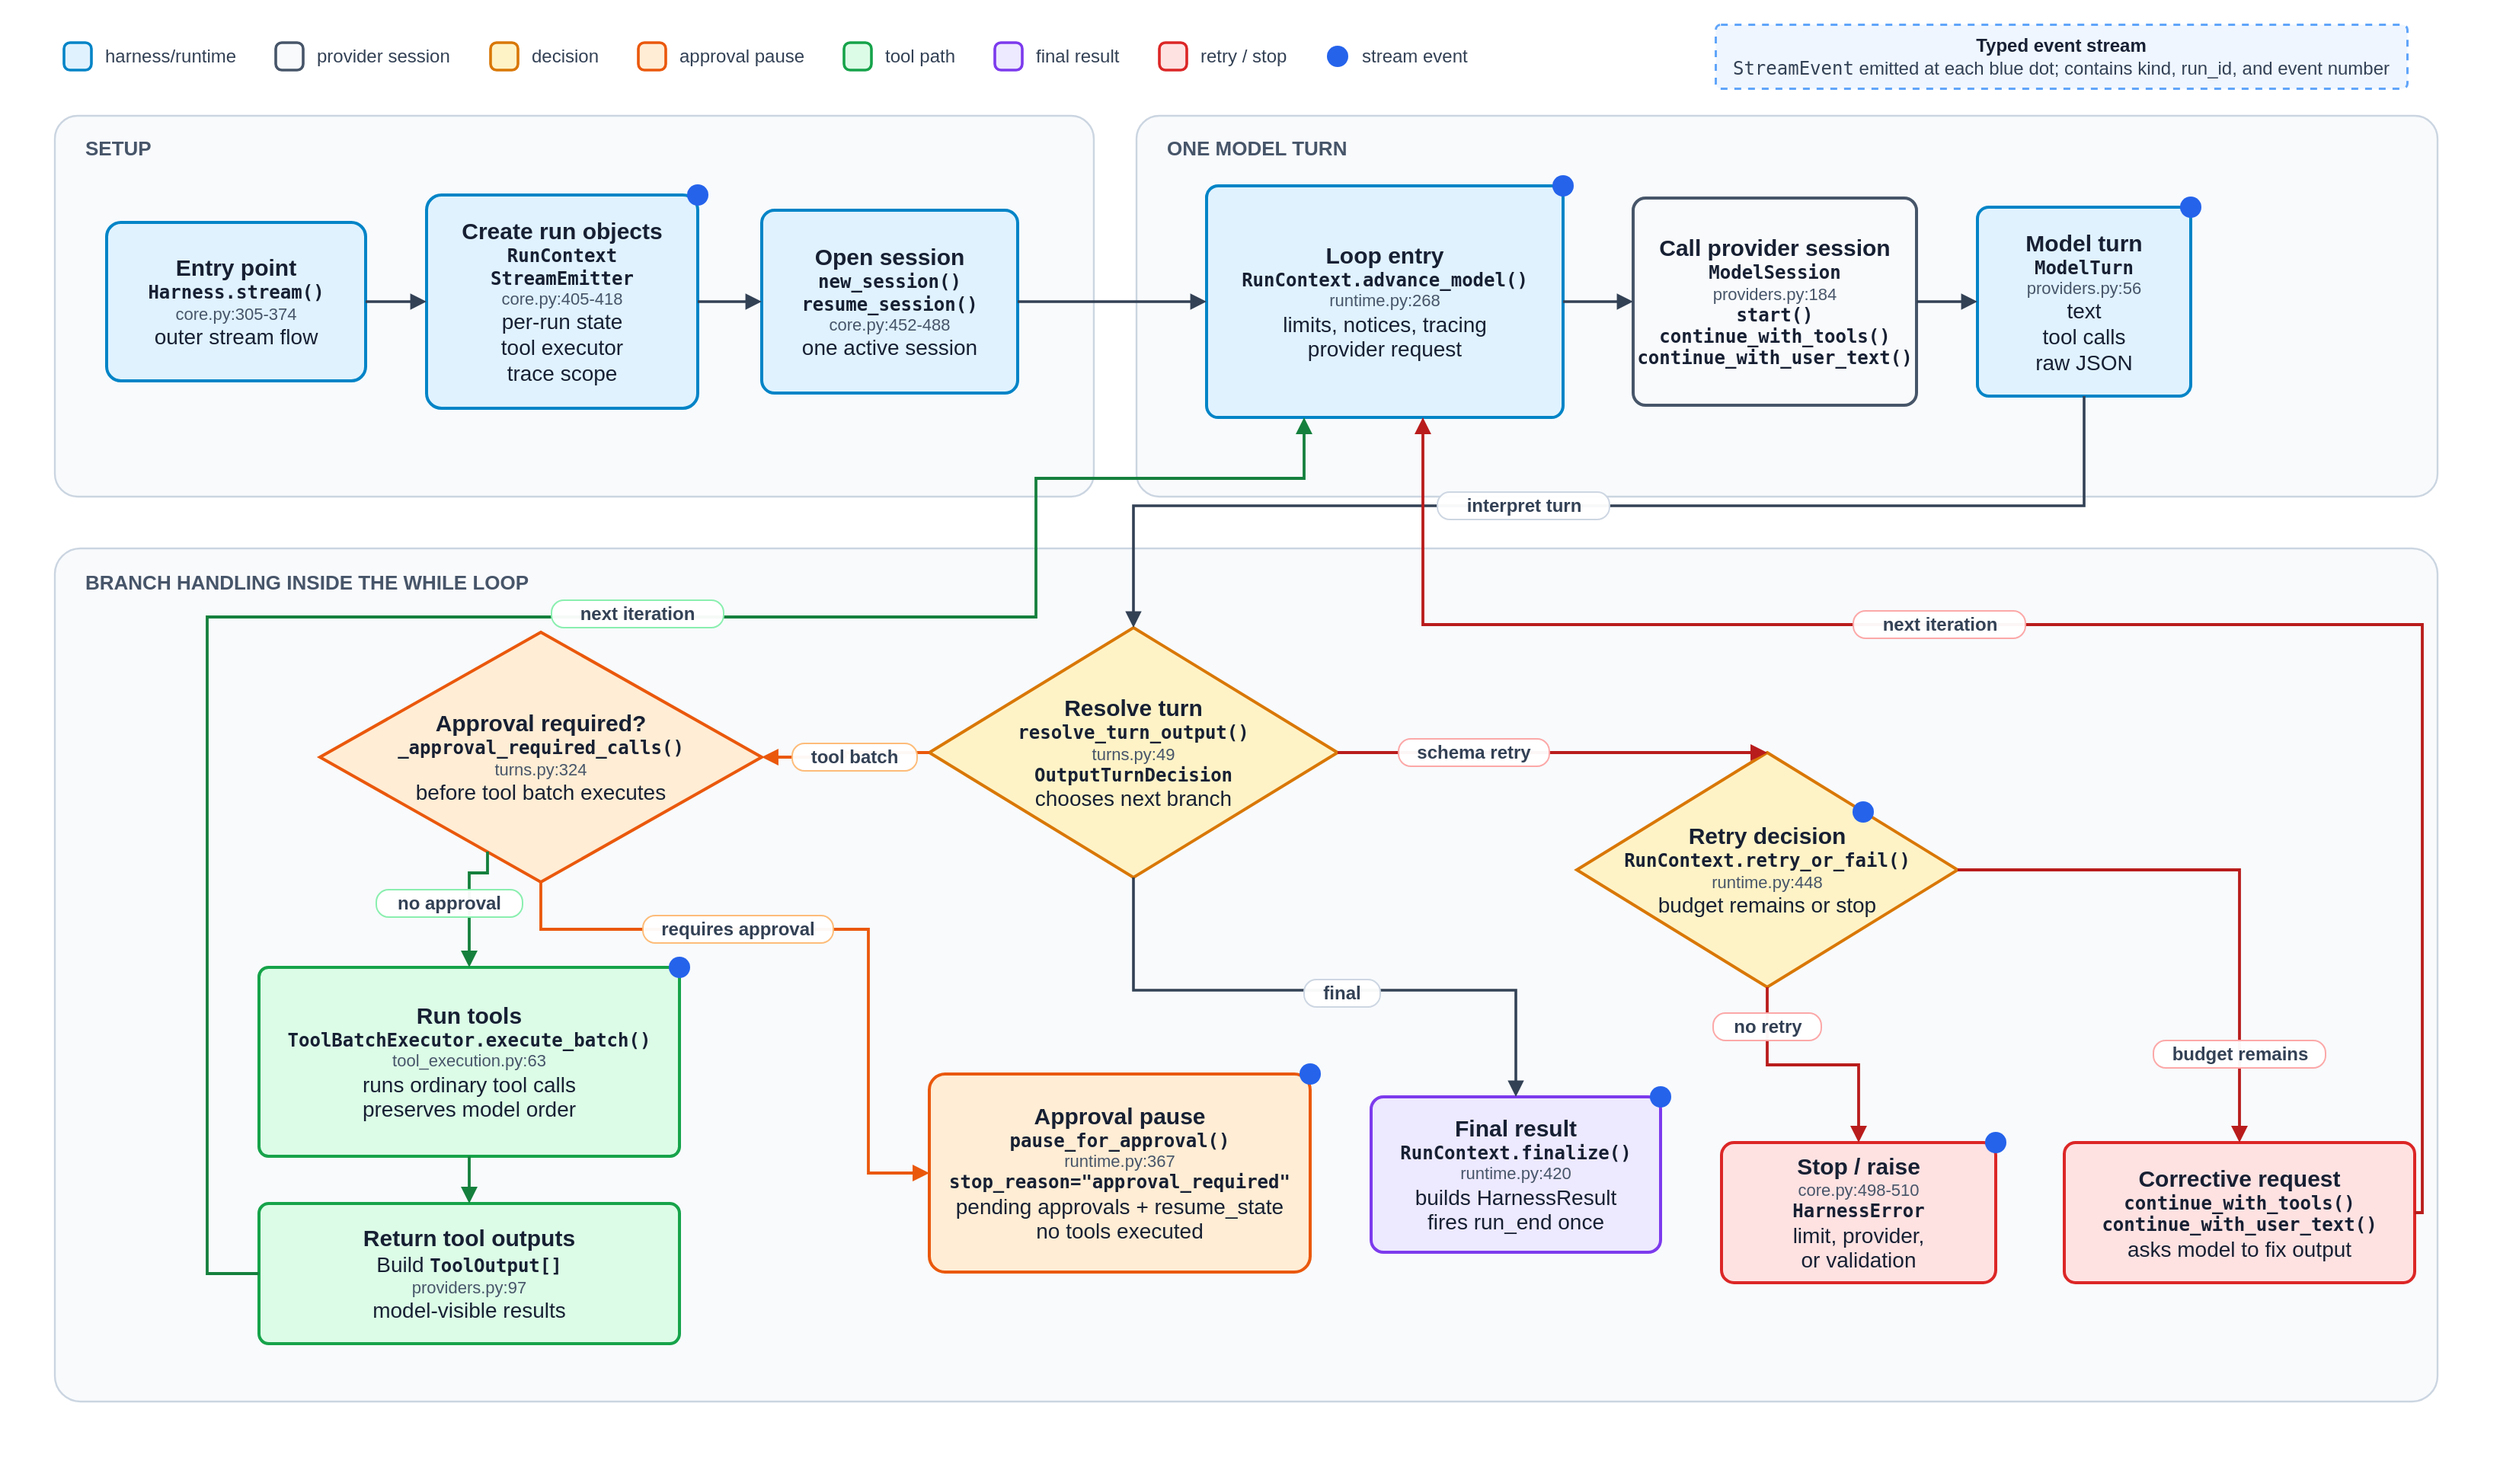
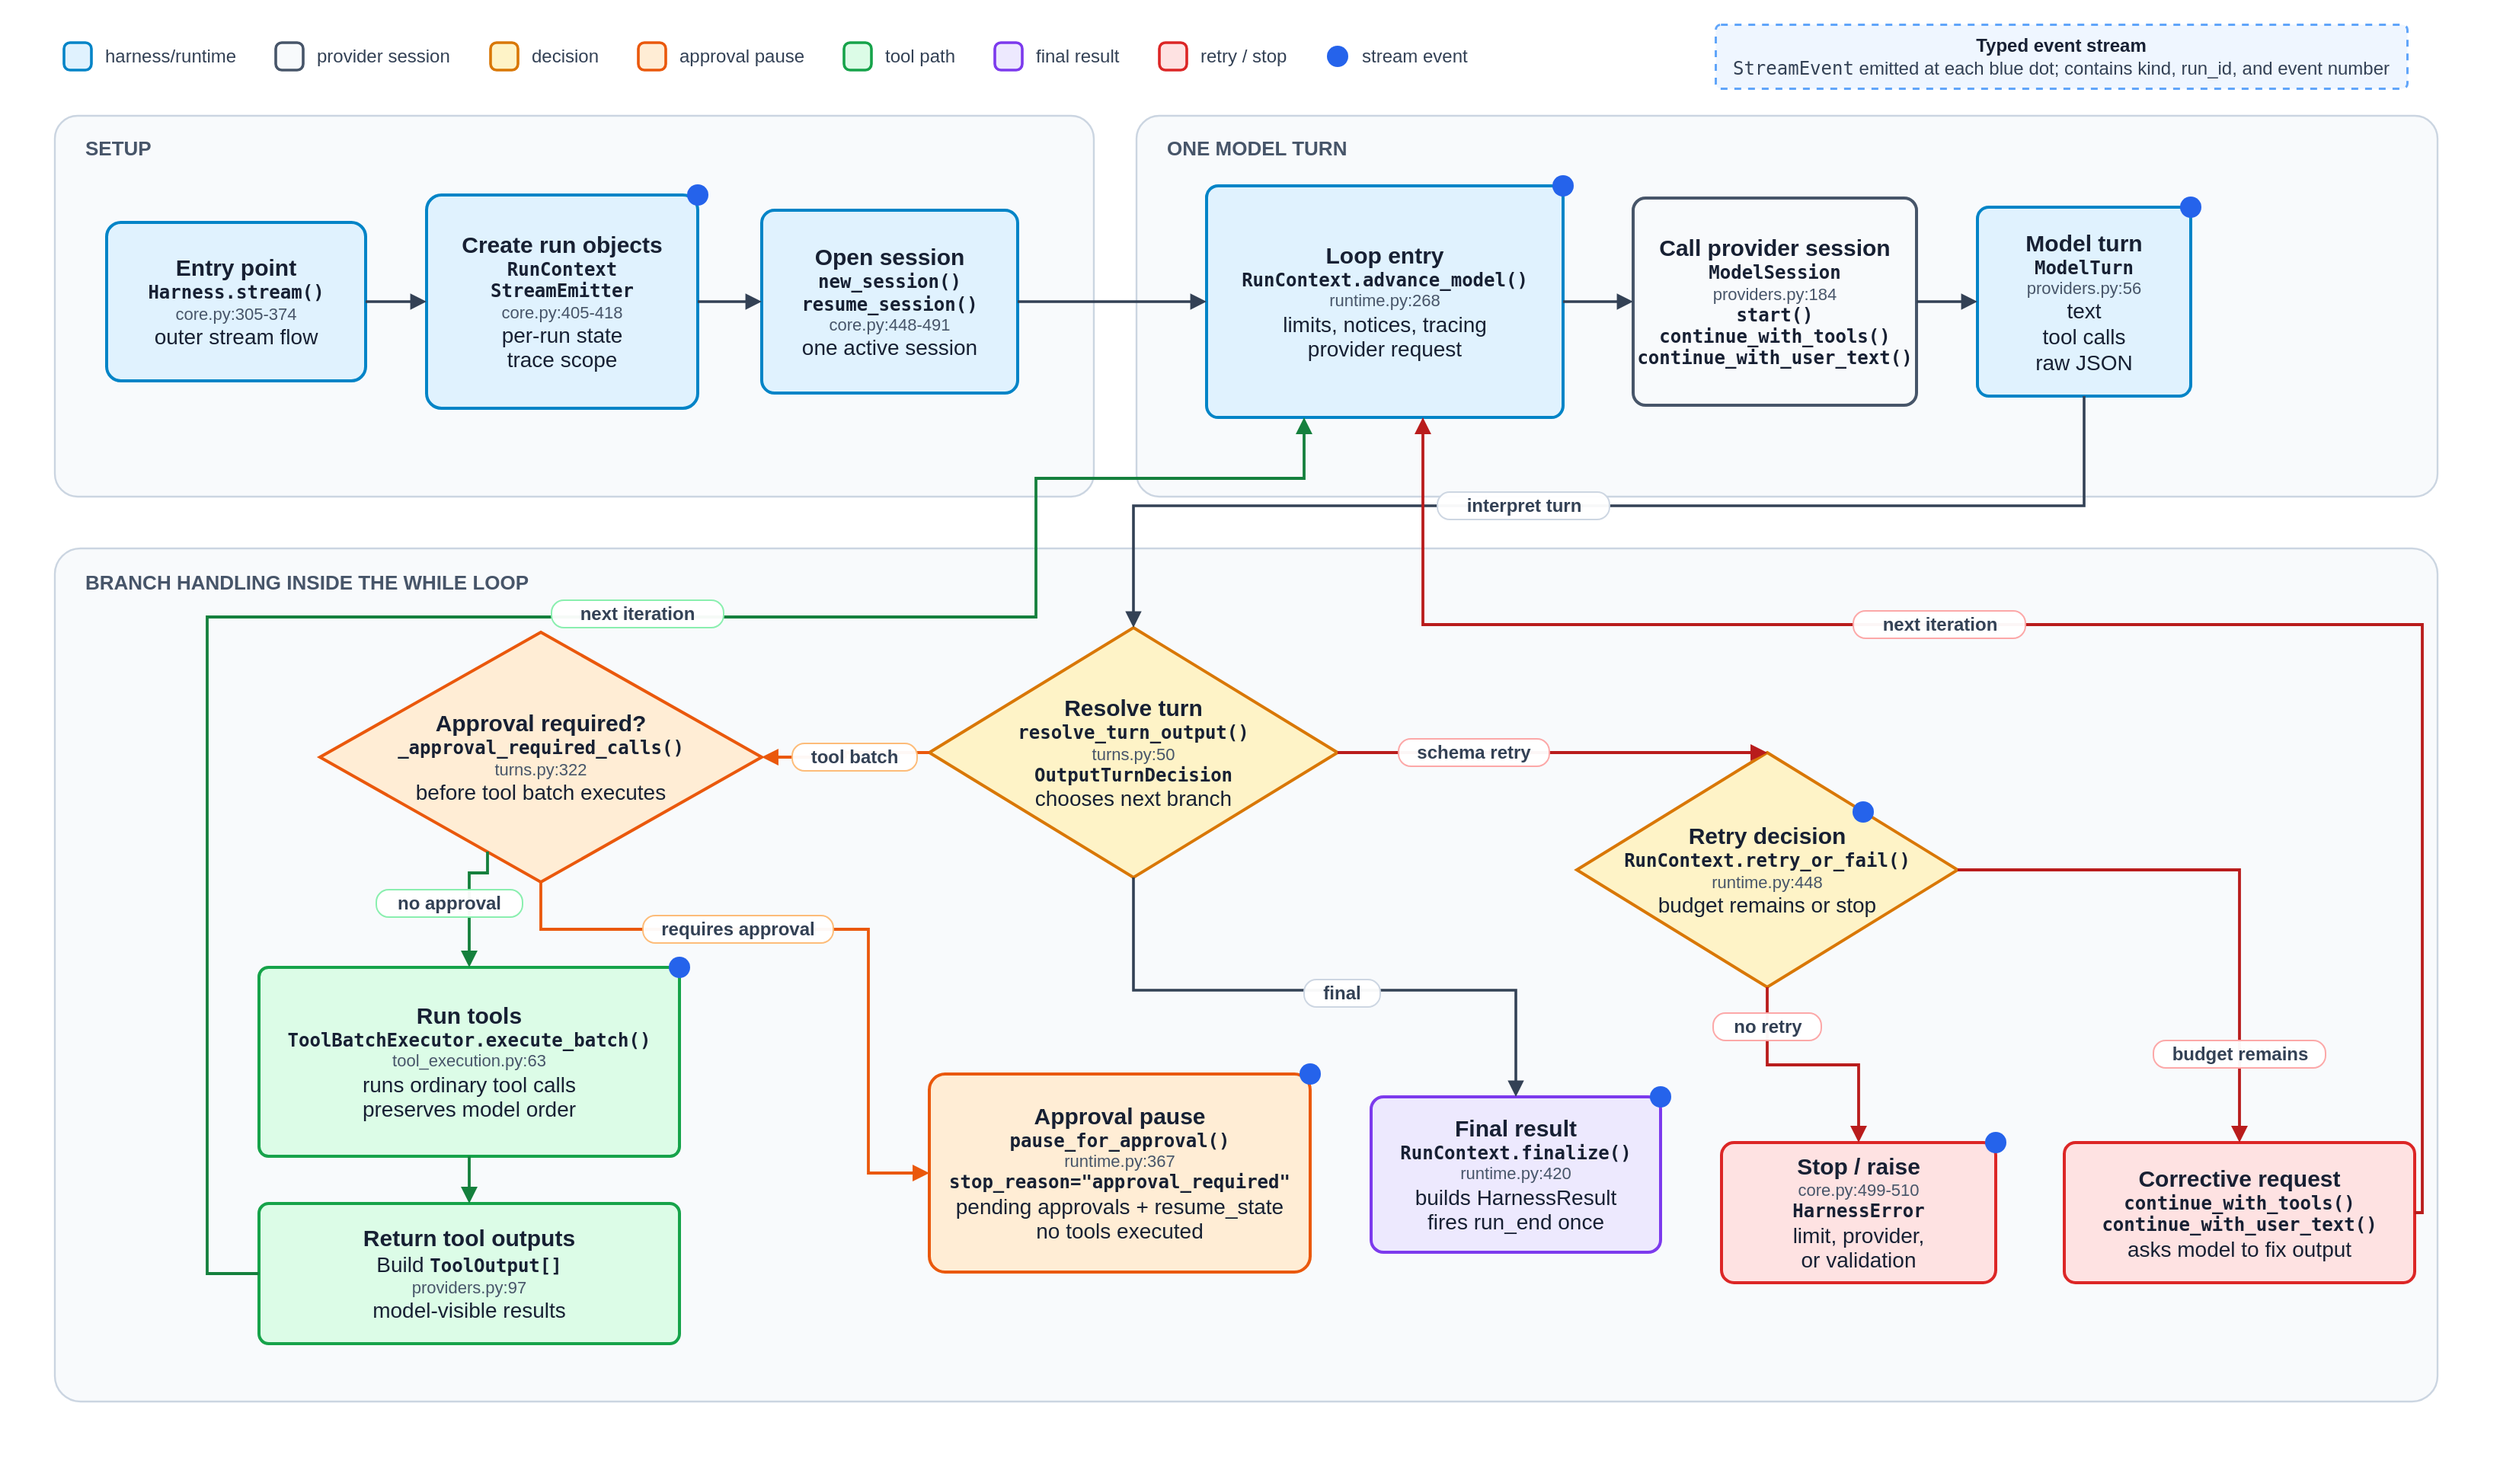
<mxfile host="Electron" agent="Codex">
  <diagram id="thinharness-run-loop" name="ThinHarness run loop">
    <mxGraphModel dx="1768" dy="1014" grid="0" gridSize="10" guides="1" tooltips="1" connect="1" arrows="1" fold="1" page="1" pageScale="1" pageWidth="1640" pageHeight="960" math="0" shadow="0">
      <root>
        <mxCell id="0" />
        <mxCell id="1" parent="0" />
        <mxCell id="background" parent="1" style="rounded=0;whiteSpace=wrap;html=1;fillColor=#ffffff;strokeColor=none;" value="" vertex="1">
          <mxGeometry height="960" width="1640" as="geometry" />
        </mxCell>
        <mxCell id="legend-runtime" parent="1" style="rounded=1;whiteSpace=wrap;html=1;arcSize=22;fillColor=#e0f2fe;strokeColor=#0284c7;strokeWidth=1.8;" value="" vertex="1">
          <mxGeometry height="18" width="18" x="42" y="28" as="geometry" />
        </mxCell>
        <mxCell id="legend-runtime-label" parent="1" style="text;html=1;strokeColor=none;fillColor=none;align=left;verticalAlign=middle;whiteSpace=wrap;rounded=0;fontFamily=Helvetica;fontSize=12;fontColor=#334155;spacing=0;" value="harness/runtime" vertex="1">
          <mxGeometry height="18" width="88" x="69" y="28" as="geometry" />
        </mxCell>
        <mxCell id="legend-provider" parent="1" style="rounded=1;whiteSpace=wrap;html=1;arcSize=22;fillColor=#f8fafc;strokeColor=#475569;strokeWidth=1.8;" value="" vertex="1">
          <mxGeometry height="18" width="18" x="181" y="28" as="geometry" />
        </mxCell>
        <mxCell id="legend-provider-label" parent="1" style="text;html=1;strokeColor=none;fillColor=none;align=left;verticalAlign=middle;whiteSpace=wrap;rounded=0;fontFamily=Helvetica;fontSize=12;fontColor=#334155;spacing=0;" value="provider session" vertex="1">
          <mxGeometry height="18" width="90" x="208" y="28" as="geometry" />
        </mxCell>
        <mxCell id="legend-decision" parent="1" style="rounded=1;whiteSpace=wrap;html=1;arcSize=22;fillColor=#fef3c7;strokeColor=#d97706;strokeWidth=1.8;" value="" vertex="1">
          <mxGeometry height="18" width="18" x="322" y="28" as="geometry" />
        </mxCell>
        <mxCell id="legend-decision-label" parent="1" style="text;html=1;strokeColor=none;fillColor=none;align=left;verticalAlign=middle;whiteSpace=wrap;rounded=0;fontFamily=Helvetica;fontSize=12;fontColor=#334155;spacing=0;" value="decision" vertex="1">
          <mxGeometry height="18" width="46" x="349" y="28" as="geometry" />
        </mxCell>
        <mxCell id="legend-approval" parent="1" style="rounded=1;whiteSpace=wrap;html=1;arcSize=22;fillColor=#ffedd5;strokeColor=#ea580c;strokeWidth=1.8;" value="" vertex="1">
          <mxGeometry height="18" width="18" x="419" y="28" as="geometry" />
        </mxCell>
        <mxCell id="legend-approval-label" parent="1" style="text;html=1;strokeColor=none;fillColor=none;align=left;verticalAlign=middle;whiteSpace=wrap;rounded=0;fontFamily=Helvetica;fontSize=12;fontColor=#334155;spacing=0;" value="approval pause" vertex="1">
          <mxGeometry height="18" width="84" x="446" y="28" as="geometry" />
        </mxCell>
        <mxCell id="legend-tool" parent="1" style="rounded=1;whiteSpace=wrap;html=1;arcSize=22;fillColor=#dcfce7;strokeColor=#16a34a;strokeWidth=1.8;" value="" vertex="1">
          <mxGeometry height="18" width="18" x="554" y="28" as="geometry" />
        </mxCell>
        <mxCell id="legend-tool-label" parent="1" style="text;html=1;strokeColor=none;fillColor=none;align=left;verticalAlign=middle;whiteSpace=wrap;rounded=0;fontFamily=Helvetica;fontSize=12;fontColor=#334155;spacing=0;" value="tool path" vertex="1">
          <mxGeometry height="18" width="48" x="581" y="28" as="geometry" />
        </mxCell>
        <mxCell id="legend-done" parent="1" style="rounded=1;whiteSpace=wrap;html=1;arcSize=22;fillColor=#ede9fe;strokeColor=#7c3aed;strokeWidth=1.8;" value="" vertex="1">
          <mxGeometry height="18" width="18" x="653" y="28" as="geometry" />
        </mxCell>
        <mxCell id="legend-done-label" parent="1" style="text;html=1;strokeColor=none;fillColor=none;align=left;verticalAlign=middle;whiteSpace=wrap;rounded=0;fontFamily=Helvetica;fontSize=12;fontColor=#334155;spacing=0;" value="final result" vertex="1">
          <mxGeometry height="18" width="57" x="680" y="28" as="geometry" />
        </mxCell>
        <mxCell id="legend-stop" parent="1" style="rounded=1;whiteSpace=wrap;html=1;arcSize=22;fillColor=#fee2e2;strokeColor=#dc2626;strokeWidth=1.8;" value="" vertex="1">
          <mxGeometry height="18" width="18" x="761" y="28" as="geometry" />
        </mxCell>
        <mxCell id="legend-stop-label" parent="1" style="text;html=1;strokeColor=none;fillColor=none;align=left;verticalAlign=middle;whiteSpace=wrap;rounded=0;fontFamily=Helvetica;fontSize=12;fontColor=#334155;spacing=0;" value="retry / stop" vertex="1">
          <mxGeometry height="18" width="59" x="788" y="28" as="geometry" />
        </mxCell>
        <mxCell id="legend-stream-event" parent="1" style="ellipse;whiteSpace=wrap;html=1;aspect=fixed;fillColor=#2563eb;strokeColor=none;" value="" vertex="1">
          <mxGeometry height="14" width="14" x="871" y="30" as="geometry" />
        </mxCell>
        <mxCell id="legend-stream-event-label" parent="1" style="text;html=1;strokeColor=none;fillColor=none;align=left;verticalAlign=middle;whiteSpace=wrap;rounded=0;fontFamily=Helvetica;fontSize=12;fontColor=#334155;spacing=0;" value="stream event" vertex="1">
          <mxGeometry height="18" width="72" x="894" y="28" as="geometry" />
        </mxCell>
        <mxCell id="stream-callout" parent="1" style="rounded=1;whiteSpace=wrap;html=1;arcSize=8;fillColor=#eff6ff;strokeColor=#60a5fa;strokeWidth=1.5;dashed=1;fontFamily=Helvetica;fontSize=12;fontColor=#334155;align=center;verticalAlign=middle;spacing=0;" value="&lt;div style=&quot;font-weight:700;color:#172033&quot;&gt;Typed event stream&lt;/div&gt;&lt;div&gt;&lt;span style=&quot;font-family:Menlo,Monaco,Consolas,monospace&quot;&gt;StreamEvent&lt;/span&gt; emitted at each blue dot; contains kind, run_id, and event number&lt;/div&gt;" vertex="1">
          <mxGeometry height="42" width="454" x="1126" y="16" as="geometry" />
        </mxCell>
        <mxCell id="lane-setup" parent="1" style="rounded=1;whiteSpace=wrap;html=1;arcSize=6;fillColor=#f8fafc;strokeColor=#cbd5e1;strokeWidth=1.2;" value="" vertex="1">
          <mxGeometry height="250" width="682" x="36" y="76" as="geometry" />
        </mxCell>
        <mxCell id="lane-setup-title" parent="1" style="text;html=1;strokeColor=none;fillColor=none;align=left;verticalAlign=top;whiteSpace=wrap;rounded=0;fontFamily=Helvetica;fontSize=13;fontStyle=1;fontColor=#475569;spacing=0;" value="SETUP" vertex="1">
          <mxGeometry height="20" width="80" x="56" y="85" as="geometry" />
        </mxCell>
        <mxCell id="lane-turn" parent="1" style="rounded=1;whiteSpace=wrap;html=1;arcSize=6;fillColor=#f8fafc;strokeColor=#cbd5e1;strokeWidth=1.2;" value="" vertex="1">
          <mxGeometry height="250" width="854" x="746" y="76" as="geometry" />
        </mxCell>
        <mxCell id="lane-turn-title" parent="1" style="text;html=1;strokeColor=none;fillColor=none;align=left;verticalAlign=top;whiteSpace=wrap;rounded=0;fontFamily=Helvetica;fontSize=13;fontStyle=1;fontColor=#475569;spacing=0;" value="ONE MODEL TURN" vertex="1">
          <mxGeometry height="20" width="140" x="766" y="85" as="geometry" />
        </mxCell>
        <mxCell id="lane-branch" parent="1" style="rounded=1;whiteSpace=wrap;html=1;arcSize=3;fillColor=#f8fafc;strokeColor=#cbd5e1;strokeWidth=1.2;" value="" vertex="1">
          <mxGeometry height="560" width="1564" x="36" y="360" as="geometry" />
        </mxCell>
        <mxCell id="lane-branch-title" parent="1" style="text;html=1;strokeColor=none;fillColor=none;align=left;verticalAlign=top;whiteSpace=wrap;rounded=0;fontFamily=Helvetica;fontSize=13;fontStyle=1;fontColor=#475569;spacing=0;" value="BRANCH HANDLING INSIDE THE WHILE LOOP" vertex="1">
          <mxGeometry height="20" width="330" x="56" y="370" as="geometry" />
        </mxCell>
        <mxCell id="run" parent="1" style="rounded=1;whiteSpace=wrap;html=1;arcSize=9;fillColor=#e0f2fe;strokeColor=#0284c7;strokeWidth=2;fontFamily=Helvetica;fontSize=14;fontColor=#172033;align=center;verticalAlign=middle;spacing=0;" value="&lt;div style=&quot;font-size:15px;font-weight:700&quot;&gt;Entry point&lt;/div&gt;&lt;div style=&quot;font-family:Menlo,Monaco,Consolas,monospace;font-size:12px;font-weight:650&quot;&gt;Harness.stream()&lt;/div&gt;&lt;div style=&quot;color:#475569;font-size:11px&quot;&gt;core.py:305-374&lt;/div&gt;&lt;div&gt;outer stream flow&lt;/div&gt;" vertex="1">
          <mxGeometry height="104" width="170" x="70" y="146" as="geometry" />
        </mxCell>
-         <mxCell id="objects" parent="1" style="rounded=1;whiteSpace=wrap;html=1;arcSize=7;fillColor=#e0f2fe;strokeColor=#0284c7;strokeWidth=2;fontFamily=Helvetica;fontSize=14;fontColor=#172033;align=center;verticalAlign=middle;spacing=0;" value="&lt;div style=&quot;font-size:15px;font-weight:700&quot;&gt;Create run objects&lt;/div&gt;&lt;div style=&quot;font-family:Menlo,Monaco,Consolas,monospace;font-size:12px;font-weight:650&quot;&gt;RunContext&lt;/div&gt;&lt;div style=&quot;font-family:Menlo,Monaco,Consolas,monospace;font-size:12px;font-weight:650&quot;&gt;StreamEmitter&lt;/div&gt;&lt;div style=&quot;color:#475569;font-size:11px&quot;&gt;core.py:405-418&lt;/div&gt;&lt;div&gt;per-run state&lt;/div&gt;&lt;div&gt;tool executor&lt;/div&gt;&lt;div&gt;trace scope&lt;/div&gt;" vertex="1">
+         <mxCell id="objects" parent="1" style="rounded=1;whiteSpace=wrap;html=1;arcSize=7;fillColor=#e0f2fe;strokeColor=#0284c7;strokeWidth=2;fontFamily=Helvetica;fontSize=14;fontColor=#172033;align=center;verticalAlign=middle;spacing=0;" value="&lt;div style=&quot;font-size:15px;font-weight:700&quot;&gt;Create run objects&lt;/div&gt;&lt;div style=&quot;font-family:Menlo,Monaco,Consolas,monospace;font-size:12px;font-weight:650&quot;&gt;RunContext&lt;/div&gt;&lt;div style=&quot;font-family:Menlo,Monaco,Consolas,monospace;font-size:12px;font-weight:650&quot;&gt;StreamEmitter&lt;/div&gt;&lt;div style=&quot;color:#475569;font-size:11px&quot;&gt;core.py:405-418&lt;/div&gt;&lt;div&gt;per-run state&lt;/div&gt;&lt;div&gt;trace scope&lt;/div&gt;" vertex="1">
          <mxGeometry height="140" width="178" x="280" y="128" as="geometry" />
        </mxCell>
-         <mxCell id="active" parent="1" style="rounded=1;whiteSpace=wrap;html=1;arcSize=7;fillColor=#e0f2fe;strokeColor=#0284c7;strokeWidth=2;fontFamily=Helvetica;fontSize=14;fontColor=#172033;align=center;verticalAlign=middle;spacing=0;" value="&lt;div style=&quot;font-size:15px;font-weight:700&quot;&gt;Open session&lt;/div&gt;&lt;div style=&quot;font-family:Menlo,Monaco,Consolas,monospace;font-size:12px;font-weight:650&quot;&gt;new_session()&lt;/div&gt;&lt;div style=&quot;font-family:Menlo,Monaco,Consolas,monospace;font-size:12px;font-weight:650&quot;&gt;resume_session()&lt;/div&gt;&lt;div style=&quot;color:#475569;font-size:11px&quot;&gt;core.py:452-488&lt;/div&gt;&lt;div&gt;one active session&lt;/div&gt;" vertex="1">
+         <mxCell id="active" parent="1" style="rounded=1;whiteSpace=wrap;html=1;arcSize=7;fillColor=#e0f2fe;strokeColor=#0284c7;strokeWidth=2;fontFamily=Helvetica;fontSize=14;fontColor=#172033;align=center;verticalAlign=middle;spacing=0;" value="&lt;div style=&quot;font-size:15px;font-weight:700&quot;&gt;Open session&lt;/div&gt;&lt;div style=&quot;font-family:Menlo,Monaco,Consolas,monospace;font-size:12px;font-weight:650&quot;&gt;new_session()&lt;/div&gt;&lt;div style=&quot;font-family:Menlo,Monaco,Consolas,monospace;font-size:12px;font-weight:650&quot;&gt;resume_session()&lt;/div&gt;&lt;div style=&quot;color:#475569;font-size:11px&quot;&gt;core.py:448-491&lt;/div&gt;&lt;div&gt;one active session&lt;/div&gt;" vertex="1">
          <mxGeometry height="120" width="168" x="500" y="138" as="geometry" />
        </mxCell>
        <mxCell id="advance" parent="1" style="rounded=1;whiteSpace=wrap;html=1;arcSize=5;fillColor=#e0f2fe;strokeColor=#0284c7;strokeWidth=2;fontFamily=Helvetica;fontSize=14;fontColor=#172033;align=center;verticalAlign=middle;spacing=0;" value="&lt;div style=&quot;font-size:15px;font-weight:700&quot;&gt;Loop entry&lt;/div&gt;&lt;div style=&quot;font-family:Menlo,Monaco,Consolas,monospace;font-size:12px;font-weight:650&quot;&gt;RunContext.advance_model()&lt;/div&gt;&lt;div style=&quot;color:#475569;font-size:11px&quot;&gt;runtime.py:268&lt;/div&gt;&lt;div&gt;limits, notices, tracing&lt;/div&gt;&lt;div&gt;provider request&lt;/div&gt;" vertex="1">
          <mxGeometry height="152" width="234" x="792" y="122" as="geometry" />
        </mxCell>
        <mxCell id="session" parent="1" style="rounded=1;whiteSpace=wrap;html=1;arcSize=6;fillColor=#f8fafc;strokeColor=#475569;strokeWidth=2;fontFamily=Helvetica;fontSize=14;fontColor=#172033;align=center;verticalAlign=middle;spacing=0;" value="&lt;div style=&quot;font-size:15px;font-weight:700&quot;&gt;Call provider session&lt;/div&gt;&lt;div style=&quot;font-family:Menlo,Monaco,Consolas,monospace;font-size:12px;font-weight:650&quot;&gt;ModelSession&lt;/div&gt;&lt;div style=&quot;color:#475569;font-size:11px&quot;&gt;providers.py:184&lt;/div&gt;&lt;div style=&quot;font-family:Menlo,Monaco,Consolas,monospace;font-size:12px;font-weight:650&quot;&gt;start()&lt;/div&gt;&lt;div style=&quot;font-family:Menlo,Monaco,Consolas,monospace;font-size:12px;font-weight:650&quot;&gt;continue_with_tools()&lt;/div&gt;&lt;div style=&quot;font-family:Menlo,Monaco,Consolas,monospace;font-size:12px;font-weight:650&quot;&gt;continue_with_user_text()&lt;/div&gt;" vertex="1">
          <mxGeometry height="136" width="186" x="1072" y="130" as="geometry" />
        </mxCell>
        <mxCell id="turn" parent="1" style="rounded=1;whiteSpace=wrap;html=1;arcSize=6;fillColor=#e0f2fe;strokeColor=#0284c7;strokeWidth=2;fontFamily=Helvetica;fontSize=14;fontColor=#172033;align=center;verticalAlign=middle;spacing=0;" value="&lt;div style=&quot;font-size:15px;font-weight:700&quot;&gt;Model turn&lt;/div&gt;&lt;div style=&quot;font-family:Menlo,Monaco,Consolas,monospace;font-size:12px;font-weight:650&quot;&gt;ModelTurn&lt;/div&gt;&lt;div style=&quot;color:#475569;font-size:11px&quot;&gt;providers.py:56&lt;/div&gt;&lt;div&gt;text&lt;/div&gt;&lt;div&gt;tool calls&lt;/div&gt;&lt;div&gt;raw JSON&lt;/div&gt;" vertex="1">
          <mxGeometry height="124" width="140" x="1298" y="136" as="geometry" />
        </mxCell>
-         <mxCell id="decide" parent="1" style="rhombus;whiteSpace=wrap;html=1;fillColor=#fef3c7;strokeColor=#d97706;strokeWidth=2;fontFamily=Helvetica;fontSize=14;fontColor=#172033;align=center;verticalAlign=middle;spacing=0;" value="&lt;div style=&quot;font-size:15px;font-weight:700&quot;&gt;Resolve turn&lt;/div&gt;&lt;div style=&quot;font-family:Menlo,Monaco,Consolas,monospace;font-size:12px;font-weight:650&quot;&gt;resolve_turn_output()&lt;/div&gt;&lt;div style=&quot;color:#475569;font-size:11px&quot;&gt;turns.py:49&lt;/div&gt;&lt;div style=&quot;font-family:Menlo,Monaco,Consolas,monospace;font-size:12px;font-weight:650&quot;&gt;OutputTurnDecision&lt;/div&gt;&lt;div&gt;chooses next branch&lt;/div&gt;" vertex="1">
+         <mxCell id="decide" parent="1" style="rhombus;whiteSpace=wrap;html=1;fillColor=#fef3c7;strokeColor=#d97706;strokeWidth=2;fontFamily=Helvetica;fontSize=14;fontColor=#172033;align=center;verticalAlign=middle;spacing=0;" value="&lt;div style=&quot;font-size:15px;font-weight:700&quot;&gt;Resolve turn&lt;/div&gt;&lt;div style=&quot;font-family:Menlo,Monaco,Consolas,monospace;font-size:12px;font-weight:650&quot;&gt;resolve_turn_output()&lt;/div&gt;&lt;div style=&quot;color:#475569;font-size:11px&quot;&gt;turns.py:50&lt;/div&gt;&lt;div style=&quot;font-family:Menlo,Monaco,Consolas,monospace;font-size:12px;font-weight:650&quot;&gt;OutputTurnDecision&lt;/div&gt;&lt;div&gt;chooses next branch&lt;/div&gt;" vertex="1">
          <mxGeometry height="164" width="268" x="610" y="412" as="geometry" />
        </mxCell>
-         <mxCell id="approvalGate" parent="1" style="rhombus;whiteSpace=wrap;html=1;fillColor=#ffedd5;strokeColor=#ea580c;strokeWidth=2;fontFamily=Helvetica;fontSize=14;fontColor=#172033;align=center;verticalAlign=middle;spacing=0;" value="&lt;div style=&quot;font-size:15px;font-weight:700&quot;&gt;Approval required?&lt;/div&gt;&lt;div style=&quot;font-family:Menlo,Monaco,Consolas,monospace;font-size:12px;font-weight:650&quot;&gt;_approval_required_calls()&lt;/div&gt;&lt;div style=&quot;color:#475569;font-size:11px&quot;&gt;turns.py:324&lt;/div&gt;&lt;div&gt;before tool batch executes&lt;/div&gt;" vertex="1">
+         <mxCell id="approvalGate" parent="1" style="rhombus;whiteSpace=wrap;html=1;fillColor=#ffedd5;strokeColor=#ea580c;strokeWidth=2;fontFamily=Helvetica;fontSize=14;fontColor=#172033;align=center;verticalAlign=middle;spacing=0;" value="&lt;div style=&quot;font-size:15px;font-weight:700&quot;&gt;Approval required?&lt;/div&gt;&lt;div style=&quot;font-family:Menlo,Monaco,Consolas,monospace;font-size:12px;font-weight:650&quot;&gt;_approval_required_calls()&lt;/div&gt;&lt;div style=&quot;color:#475569;font-size:11px&quot;&gt;turns.py:322&lt;/div&gt;&lt;div&gt;before tool batch executes&lt;/div&gt;" vertex="1">
          <mxGeometry height="164" width="290" x="210" y="415" as="geometry" />
        </mxCell>
        <mxCell id="final" parent="1" style="rounded=1;whiteSpace=wrap;html=1;arcSize=8;fillColor=#ede9fe;strokeColor=#7c3aed;strokeWidth=2;fontFamily=Helvetica;fontSize=14;fontColor=#172033;align=center;verticalAlign=middle;spacing=0;" value="&lt;div style=&quot;font-size:15px;font-weight:700&quot;&gt;Final result&lt;/div&gt;&lt;div style=&quot;font-family:Menlo,Monaco,Consolas,monospace;font-size:12px;font-weight:650&quot;&gt;RunContext.finalize()&lt;/div&gt;&lt;div style=&quot;color:#475569;font-size:11px&quot;&gt;runtime.py:420&lt;/div&gt;&lt;div&gt;builds HarnessResult&lt;/div&gt;&lt;div&gt;fires run_end once&lt;/div&gt;" vertex="1">
          <mxGeometry height="102" width="190" x="900" y="720" as="geometry" />
        </mxCell>
        <mxCell id="approvalPause" parent="1" style="rounded=1;whiteSpace=wrap;html=1;arcSize=8;fillColor=#ffedd5;strokeColor=#ea580c;strokeWidth=2;fontFamily=Helvetica;fontSize=14;fontColor=#172033;align=center;verticalAlign=middle;spacing=0;" value="&lt;div style=&quot;font-size:15px;font-weight:700&quot;&gt;Approval pause&lt;/div&gt;&lt;div style=&quot;font-family:Menlo,Monaco,Consolas,monospace;font-size:12px;font-weight:650&quot;&gt;pause_for_approval()&lt;/div&gt;&lt;div style=&quot;color:#475569;font-size:11px&quot;&gt;runtime.py:367&lt;/div&gt;&lt;div style=&quot;font-family:Menlo,Monaco,Consolas,monospace;font-size:12px;font-weight:650&quot;&gt;stop_reason=&amp;quot;approval_required&amp;quot;&lt;/div&gt;&lt;div&gt;pending approvals + resume_state&lt;/div&gt;&lt;div&gt;no tools executed&lt;/div&gt;" vertex="1">
          <mxGeometry height="130" width="250" x="610" y="705" as="geometry" />
        </mxCell>
        <mxCell id="tools" parent="1" style="rounded=1;whiteSpace=wrap;html=1;arcSize=5;fillColor=#dcfce7;strokeColor=#16a34a;strokeWidth=2;fontFamily=Helvetica;fontSize=14;fontColor=#172033;align=center;verticalAlign=middle;spacing=0;" value="&lt;div style=&quot;font-size:15px;font-weight:700&quot;&gt;Run tools&lt;/div&gt;&lt;div style=&quot;font-family:Menlo,Monaco,Consolas,monospace;font-size:12px;font-weight:650&quot;&gt;ToolBatchExecutor.execute_batch()&lt;/div&gt;&lt;div style=&quot;color:#475569;font-size:11px&quot;&gt;tool_execution.py:63&lt;/div&gt;&lt;div&gt;runs ordinary tool calls&lt;/div&gt;&lt;div&gt;preserves model order&lt;/div&gt;" vertex="1">
          <mxGeometry height="124" width="276" x="170" y="635" as="geometry" />
        </mxCell>
        <mxCell id="toolOutput" parent="1" style="rounded=1;whiteSpace=wrap;html=1;arcSize=7;fillColor=#dcfce7;strokeColor=#16a34a;strokeWidth=2;fontFamily=Helvetica;fontSize=14;fontColor=#172033;align=center;verticalAlign=middle;spacing=0;" value="&lt;div style=&quot;font-size:15px;font-weight:700&quot;&gt;Return tool outputs&lt;/div&gt;&lt;div&gt;Build &lt;span style=&quot;font-family:Menlo,Monaco,Consolas,monospace;font-size:12px;font-weight:650&quot;&gt;ToolOutput[]&lt;/span&gt;&lt;/div&gt;&lt;div style=&quot;color:#475569;font-size:11px&quot;&gt;providers.py:97&lt;/div&gt;&lt;div&gt;model-visible results&lt;/div&gt;" vertex="1">
          <mxGeometry height="92" width="276" x="170" y="790" as="geometry" />
        </mxCell>
        <mxCell id="retry" parent="1" style="rhombus;whiteSpace=wrap;html=1;fillColor=#fef3c7;strokeColor=#d97706;strokeWidth=2;fontFamily=Helvetica;fontSize=14;fontColor=#172033;align=center;verticalAlign=middle;spacing=0;" value="&lt;div style=&quot;font-size:15px;font-weight:700&quot;&gt;Retry decision&lt;/div&gt;&lt;div style=&quot;font-family:Menlo,Monaco,Consolas,monospace;font-size:12px;font-weight:650&quot;&gt;RunContext.retry_or_fail()&lt;/div&gt;&lt;div style=&quot;color:#475569;font-size:11px&quot;&gt;runtime.py:448&lt;/div&gt;&lt;div&gt;budget remains or stop&lt;/div&gt;" vertex="1">
          <mxGeometry height="154" width="250" x="1035" y="494" as="geometry" />
        </mxCell>
-         <mxCell id="stop" parent="1" style="rounded=1;whiteSpace=wrap;html=1;arcSize=9;fillColor=#fee2e2;strokeColor=#dc2626;strokeWidth=2;fontFamily=Helvetica;fontSize=14;fontColor=#172033;align=center;verticalAlign=middle;spacing=0;" value="&lt;div style=&quot;font-size:15px;font-weight:700&quot;&gt;Stop / raise&lt;/div&gt;&lt;div style=&quot;color:#475569;font-size:11px&quot;&gt;core.py:498-510&lt;/div&gt;&lt;div style=&quot;font-family:Menlo,Monaco,Consolas,monospace;font-size:12px;font-weight:650&quot;&gt;HarnessError&lt;/div&gt;&lt;div&gt;limit, provider,&lt;/div&gt;&lt;div&gt;or validation&lt;/div&gt;" vertex="1">
+         <mxCell id="stop" parent="1" style="rounded=1;whiteSpace=wrap;html=1;arcSize=9;fillColor=#fee2e2;strokeColor=#dc2626;strokeWidth=2;fontFamily=Helvetica;fontSize=14;fontColor=#172033;align=center;verticalAlign=middle;spacing=0;" value="&lt;div style=&quot;font-size:15px;font-weight:700&quot;&gt;Stop / raise&lt;/div&gt;&lt;div style=&quot;color:#475569;font-size:11px&quot;&gt;core.py:499-510&lt;/div&gt;&lt;div style=&quot;font-family:Menlo,Monaco,Consolas,monospace;font-size:12px;font-weight:650&quot;&gt;HarnessError&lt;/div&gt;&lt;div&gt;limit, provider,&lt;/div&gt;&lt;div&gt;or validation&lt;/div&gt;" vertex="1">
          <mxGeometry height="92" width="180" x="1130" y="750" as="geometry" />
        </mxCell>
        <mxCell id="corrective" parent="1" style="rounded=1;whiteSpace=wrap;html=1;arcSize=8;fillColor=#fee2e2;strokeColor=#dc2626;strokeWidth=2;fontFamily=Helvetica;fontSize=14;fontColor=#172033;align=center;verticalAlign=middle;spacing=0;" value="&lt;div style=&quot;font-size:15px;font-weight:700&quot;&gt;Corrective request&lt;/div&gt;&lt;div style=&quot;font-family:Menlo,Monaco,Consolas,monospace;font-size:12px;font-weight:650&quot;&gt;continue_with_tools()&lt;/div&gt;&lt;div style=&quot;font-family:Menlo,Monaco,Consolas,monospace;font-size:12px;font-weight:650&quot;&gt;continue_with_user_text()&lt;/div&gt;&lt;div&gt;asks model to fix output&lt;/div&gt;" vertex="1">
          <mxGeometry height="92" width="230" x="1355" y="750" as="geometry" />
        </mxCell>
        <mxCell id="e-run-objects" edge="1" parent="1" source="run" style="endArrow=block;html=1;rounded=0;strokeColor=#334155;strokeWidth=1.8;endFill=1;" target="objects" value="">
          <mxGeometry relative="1" as="geometry" />
        </mxCell>
        <mxCell id="e-objects-active" edge="1" parent="1" source="objects" style="endArrow=block;html=1;rounded=0;strokeColor=#334155;strokeWidth=1.8;endFill=1;" target="active" value="">
          <mxGeometry relative="1" as="geometry" />
        </mxCell>
        <mxCell id="e-active-advance" edge="1" parent="1" source="active" style="endArrow=block;html=1;rounded=0;strokeColor=#334155;strokeWidth=1.8;endFill=1;" target="advance" value="">
          <mxGeometry relative="1" as="geometry" />
        </mxCell>
        <mxCell id="e-advance-session" edge="1" parent="1" source="advance" style="endArrow=block;html=1;rounded=0;strokeColor=#334155;strokeWidth=1.8;endFill=1;" target="session" value="">
          <mxGeometry relative="1" as="geometry" />
        </mxCell>
        <mxCell id="e-session-turn" edge="1" parent="1" source="session" style="endArrow=block;html=1;rounded=0;strokeColor=#334155;strokeWidth=1.8;endFill=1;" target="turn" value="">
          <mxGeometry relative="1" as="geometry" />
        </mxCell>
        <mxCell id="e-turn-decide" edge="1" parent="1" source="turn" style="edgeStyle=orthogonalEdgeStyle;rounded=0;orthogonalLoop=1;jettySize=auto;endArrow=block;html=1;strokeColor=#334155;strokeWidth=1.8;endFill=1;exitX=0.5;exitY=1;entryX=0.5;entryY=0;" target="decide" value="">
          <mxGeometry relative="1" as="geometry">
            <Array as="points">
              <mxPoint x="1368" y="332" />
              <mxPoint x="744" y="332" />
            </Array>
          </mxGeometry>
        </mxCell>
        <mxCell id="e-decide-final" edge="1" parent="1" source="decide" style="edgeStyle=orthogonalEdgeStyle;rounded=0;orthogonalLoop=1;jettySize=auto;endArrow=block;html=1;strokeColor=#334155;strokeWidth=1.8;endFill=1;exitX=0.5;exitY=1;entryX=0.5;entryY=0;" target="final" value="">
          <mxGeometry relative="1" as="geometry">
            <Array as="points">
              <mxPoint x="744" y="650" />
              <mxPoint x="995" y="650" />
            </Array>
          </mxGeometry>
        </mxCell>
        <mxCell id="e-decide-approval-gate" edge="1" parent="1" source="decide" style="edgeStyle=orthogonalEdgeStyle;rounded=0;orthogonalLoop=1;jettySize=auto;endArrow=block;html=1;strokeColor=#ea580c;strokeWidth=1.9;endFill=1;exitX=0;exitY=0.5;entryX=1;entryY=0.5;" target="approvalGate" value="">
          <mxGeometry relative="1" as="geometry" />
        </mxCell>
        <mxCell id="e-approval-gate-tools" edge="1" parent="1" style="edgeStyle=orthogonalEdgeStyle;rounded=0;orthogonalLoop=1;jettySize=auto;endArrow=block;html=1;strokeColor=#15803d;strokeWidth=1.9;endFill=1;entryX=0.5;entryY=0;" target="tools" value="">
          <mxGeometry relative="1" as="geometry">
            <Array as="points">
              <mxPoint x="320" y="573" />
              <mxPoint x="308" y="573" />
            </Array>
            <mxPoint x="320" y="559" as="sourcePoint" />
          </mxGeometry>
        </mxCell>
        <mxCell id="e-approval-gate-pause" edge="1" parent="1" source="approvalGate" style="edgeStyle=orthogonalEdgeStyle;rounded=0;orthogonalLoop=1;jettySize=auto;endArrow=block;html=1;strokeColor=#ea580c;strokeWidth=1.9;endFill=1;exitX=0.5;exitY=1;entryX=0;entryY=0.5;" target="approvalPause" value="">
          <mxGeometry relative="1" as="geometry">
            <Array as="points">
              <mxPoint x="355" y="610" />
              <mxPoint x="570" y="610" />
              <mxPoint x="570" y="770" />
            </Array>
          </mxGeometry>
        </mxCell>
        <mxCell id="e-decide-retry" edge="1" parent="1" source="decide" style="endArrow=block;html=1;rounded=0;strokeColor=#b91c1c;strokeWidth=1.9;endFill=1;exitX=1;exitY=0.5;entryX=0.5;entryY=0;" target="retry" value="">
          <mxGeometry relative="1" as="geometry" />
        </mxCell>
        <mxCell id="e-tools-tool-output" edge="1" parent="1" source="tools" style="endArrow=block;html=1;rounded=0;strokeColor=#15803d;strokeWidth=1.9;endFill=1;exitX=0.5;exitY=1;entryX=0.5;entryY=0;" target="toolOutput" value="">
          <mxGeometry relative="1" as="geometry" />
        </mxCell>
        <mxCell id="e-tool-output-advance" edge="1" parent="1" source="toolOutput" style="edgeStyle=orthogonalEdgeStyle;rounded=0;orthogonalLoop=1;jettySize=auto;endArrow=block;html=1;strokeColor=#15803d;strokeWidth=1.9;endFill=1;exitX=0;exitY=0.5;entryX=0.2735;entryY=1;" target="advance" value="">
          <mxGeometry relative="1" as="geometry">
            <Array as="points">
              <mxPoint x="136" y="836" />
              <mxPoint x="136" y="405" />
              <mxPoint x="680" y="405" />
              <mxPoint x="680" y="314" />
              <mxPoint x="856" y="314" />
            </Array>
          </mxGeometry>
        </mxCell>
        <mxCell id="e-retry-corrective" edge="1" parent="1" source="retry" style="edgeStyle=orthogonalEdgeStyle;rounded=0;orthogonalLoop=1;jettySize=auto;endArrow=block;html=1;strokeColor=#b91c1c;strokeWidth=1.9;endFill=1;exitX=1;exitY=0.5;entryX=0.5;entryY=0;" target="corrective" value="">
          <mxGeometry relative="1" as="geometry">
            <Array as="points">
              <mxPoint x="1470" y="571" />
            </Array>
          </mxGeometry>
        </mxCell>
        <mxCell id="e-retry-stop" edge="1" parent="1" source="retry" style="endArrow=block;html=1;rounded=0;strokeColor=#b91c1c;strokeWidth=1.9;endFill=1;exitX=0.5;exitY=1;entryX=0.5;entryY=0;edgeStyle=orthogonalEdgeStyle;" target="stop" value="">
          <mxGeometry relative="1" as="geometry" />
        </mxCell>
        <mxCell id="e-corrective-advance" edge="1" parent="1" source="corrective" style="edgeStyle=orthogonalEdgeStyle;rounded=0;orthogonalLoop=1;jettySize=auto;endArrow=block;html=1;strokeColor=#b91c1c;strokeWidth=1.9;endFill=1;exitX=1;exitY=0.5;entryX=0.6068;entryY=1;" target="advance" value="">
          <mxGeometry relative="1" as="geometry">
            <Array as="points">
              <mxPoint x="1590" y="796" />
              <mxPoint x="1590" y="410" />
              <mxPoint x="934" y="410" />
            </Array>
          </mxGeometry>
        </mxCell>
        <mxCell id="label-interpret-turn" parent="1" style="rounded=1;whiteSpace=wrap;html=1;arcSize=45;fillColor=#ffffff;strokeColor=#cbd5e1;opacity=96;fontFamily=Helvetica;fontSize=12;fontStyle=1;fontColor=#334155;align=center;verticalAlign=middle;spacing=0;" value="interpret turn" vertex="1">
          <mxGeometry height="18" width="113" x="943.5" y="323" as="geometry" />
        </mxCell>
        <mxCell id="label-final" parent="1" style="rounded=1;whiteSpace=wrap;html=1;arcSize=45;fillColor=#ffffff;strokeColor=#cbd5e1;opacity=96;fontFamily=Helvetica;fontSize=12;fontStyle=1;fontColor=#334155;align=center;verticalAlign=middle;spacing=0;" value="final" vertex="1">
          <mxGeometry height="18" width="50" x="856" y="643" as="geometry" />
        </mxCell>
        <mxCell id="label-ordinary-tools" parent="1" style="rounded=1;whiteSpace=wrap;html=1;arcSize=45;fillColor=#ffffff;strokeColor=#86efac;opacity=96;fontFamily=Helvetica;fontSize=12;fontStyle=1;fontColor=#334155;align=center;verticalAlign=middle;spacing=0;" value="no approval" vertex="1">
          <mxGeometry height="18" width="96" x="247" y="584" as="geometry" />
        </mxCell>
        <mxCell id="label-approval-required" parent="1" style="rounded=1;whiteSpace=wrap;html=1;arcSize=45;fillColor=#ffffff;strokeColor=#fdba74;opacity=96;fontFamily=Helvetica;fontSize=12;fontStyle=1;fontColor=#334155;align=center;verticalAlign=middle;spacing=0;" value="requires approval" vertex="1">
          <mxGeometry height="18" width="125" x="422" y="601" as="geometry" />
        </mxCell>
        <mxCell id="label-tool-batch" parent="1" style="rounded=1;whiteSpace=wrap;html=1;arcSize=45;fillColor=#ffffff;strokeColor=#fdba74;opacity=96;fontFamily=Helvetica;fontSize=12;fontStyle=1;fontColor=#334155;align=center;verticalAlign=middle;spacing=0;" value="tool batch" vertex="1">
          <mxGeometry height="18" width="82" x="520" y="488" as="geometry" />
        </mxCell>
        <mxCell id="label-schema-retry" parent="1" style="rounded=1;whiteSpace=wrap;html=1;arcSize=45;fillColor=#ffffff;strokeColor=#fca5a5;opacity=96;fontFamily=Helvetica;fontSize=12;fontStyle=1;fontColor=#334155;align=center;verticalAlign=middle;spacing=0;" value="schema retry" vertex="1">
          <mxGeometry height="18" width="99" x="918" y="485" as="geometry" />
        </mxCell>
        <mxCell id="label-tool-next" parent="1" style="rounded=1;whiteSpace=wrap;html=1;arcSize=45;fillColor=#ffffff;strokeColor=#86efac;opacity=96;fontFamily=Helvetica;fontSize=12;fontStyle=1;fontColor=#334155;align=center;verticalAlign=middle;spacing=0;" value="next iteration" vertex="1">
          <mxGeometry height="18" width="113" x="362" y="394" as="geometry" />
        </mxCell>
        <mxCell id="label-budget-remains" parent="1" style="rounded=1;whiteSpace=wrap;html=1;arcSize=45;fillColor=#ffffff;strokeColor=#fca5a5;opacity=96;fontFamily=Helvetica;fontSize=12;fontStyle=1;fontColor=#334155;align=center;verticalAlign=middle;spacing=0;" value="budget remains" vertex="1">
          <mxGeometry height="18" width="113" x="1413.5" y="683" as="geometry" />
        </mxCell>
        <mxCell id="label-no-retry" parent="1" style="rounded=1;whiteSpace=wrap;html=1;arcSize=45;fillColor=#ffffff;strokeColor=#fca5a5;opacity=96;fontFamily=Helvetica;fontSize=12;fontStyle=1;fontColor=#334155;align=center;verticalAlign=middle;spacing=0;" value="no retry" vertex="1">
          <mxGeometry height="18" width="71" x="1124.5" y="665" as="geometry" />
        </mxCell>
        <mxCell id="label-retry-next" parent="1" style="rounded=1;whiteSpace=wrap;html=1;arcSize=45;fillColor=#ffffff;strokeColor=#fca5a5;opacity=96;fontFamily=Helvetica;fontSize=12;fontStyle=1;fontColor=#334155;align=center;verticalAlign=middle;spacing=0;" value="next iteration" vertex="1">
          <mxGeometry height="18" width="113" x="1216.5" y="401" as="geometry" />
        </mxCell>
        <mxCell id="event-dot-objects" parent="1" style="ellipse;whiteSpace=wrap;html=1;aspect=fixed;fillColor=#2563eb;strokeColor=none;" value="" vertex="1">
          <mxGeometry height="14" width="14" x="451" y="121" as="geometry" />
        </mxCell>
        <mxCell id="event-dot-advance" parent="1" style="ellipse;whiteSpace=wrap;html=1;aspect=fixed;fillColor=#2563eb;strokeColor=none;" value="" vertex="1">
          <mxGeometry height="14" width="14" x="1019" y="115" as="geometry" />
        </mxCell>
        <mxCell id="event-dot-turn" parent="1" style="ellipse;whiteSpace=wrap;html=1;aspect=fixed;fillColor=#2563eb;strokeColor=none;" value="" vertex="1">
          <mxGeometry height="14" width="14" x="1431" y="129" as="geometry" />
        </mxCell>
        <mxCell id="event-dot-tools" parent="1" style="ellipse;whiteSpace=wrap;html=1;aspect=fixed;fillColor=#2563eb;strokeColor=none;" value="" vertex="1">
          <mxGeometry height="14" width="14" x="439" y="628" as="geometry" />
        </mxCell>
        <mxCell id="event-dot-retry" parent="1" style="ellipse;whiteSpace=wrap;html=1;aspect=fixed;fillColor=#2563eb;strokeColor=none;" value="" vertex="1">
          <mxGeometry height="14" width="14" x="1216" y="526" as="geometry" />
        </mxCell>
        <mxCell id="event-dot-final" parent="1" style="ellipse;whiteSpace=wrap;html=1;aspect=fixed;fillColor=#2563eb;strokeColor=none;" value="" vertex="1">
          <mxGeometry height="14" width="14" x="1083" y="713" as="geometry" />
        </mxCell>
        <mxCell id="event-dot-approval-pause" parent="1" style="ellipse;whiteSpace=wrap;html=1;aspect=fixed;fillColor=#2563eb;strokeColor=none;" value="" vertex="1">
          <mxGeometry height="14" width="14" x="853" y="698" as="geometry" />
        </mxCell>
        <mxCell id="event-dot-stop" parent="1" style="ellipse;whiteSpace=wrap;html=1;aspect=fixed;fillColor=#2563eb;strokeColor=none;" value="" vertex="1">
          <mxGeometry height="14" width="14" x="1303" y="743" as="geometry" />
        </mxCell>
      </root>
    </mxGraphModel>
  </diagram>
</mxfile>
